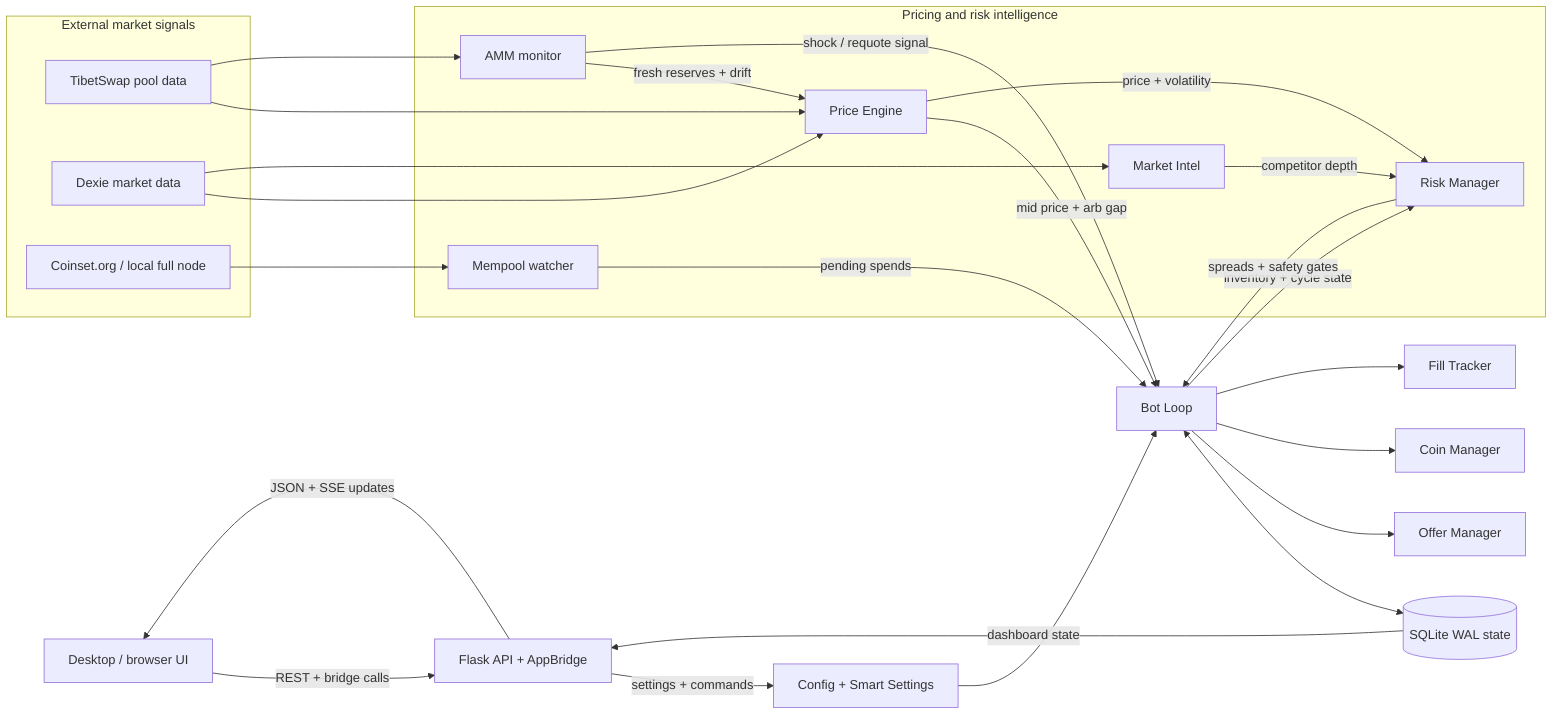
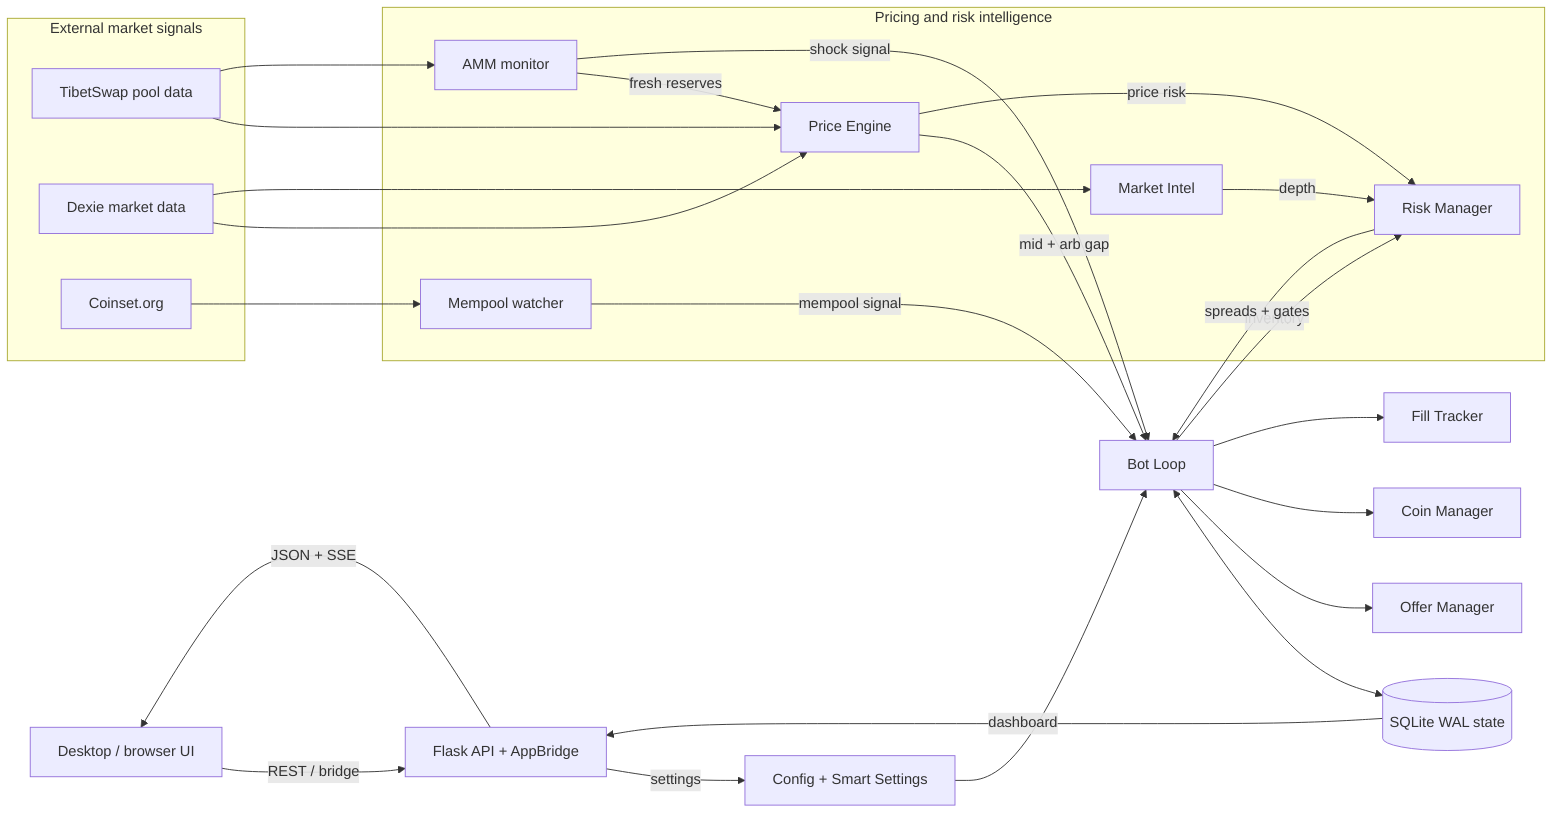
flowchart LR
-     UI["Desktop / browser UI"] -->|REST + bridge calls| API["Flask API + AppBridge"]
-     API -->|settings + commands| CFG["Config + Smart Settings"]
+     UI["Desktop / browser UI"] -->|REST / bridge| API["Flask API + AppBridge"]
+     API -->|settings| CFG["Config + Smart Settings"]
    CFG --> BL["Bot Loop"]

    subgraph External["External market signals"]
        TS["TibetSwap pool data"]
        DXM["Dexie market data"]
-         CS["Coinset.org / local full node"]
+         CS["Coinset.org"]
    end

    subgraph Intelligence["Pricing and risk intelligence"]
        PE["Price Engine"]
        AMM["AMM monitor"]
        MI["Market Intel"]
        MW["Mempool watcher"]
        RM["Risk Manager"]
    end

    TS --> PE
    TS --> AMM
-     AMM -->|fresh reserves + drift| PE
+     AMM -->|fresh reserves| PE
    DXM --> PE
    DXM --> MI
    CS --> MW

-     PE -->|mid price + arb gap| BL
-     PE -->|price + volatility| RM
-     MI -->|competitor depth| RM
-     BL -->|inventory + cycle state| RM
-     AMM -->|shock / requote signal| BL
-     MW -->|pending spends| BL
-     RM -->|spreads + safety gates| BL
+     PE -->|mid + arb gap| BL
+     PE -->|price risk| RM
+     MI -->|depth| RM
+     BL -->|inventory| RM
+     AMM -->|shock signal| BL
+     MW -->|mempool signal| BL
+     RM -->|spreads + gates| BL

    BL <--> DB[("SQLite WAL state")]
    BL --> OM["Offer Manager"]
    BL --> CM["Coin Manager"]
    BL --> FT["Fill Tracker"]

-     DB -->|dashboard state| API
-     API -->|JSON + SSE updates| UI
+     DB -->|dashboard| API
+     API -->|JSON + SSE| UI
